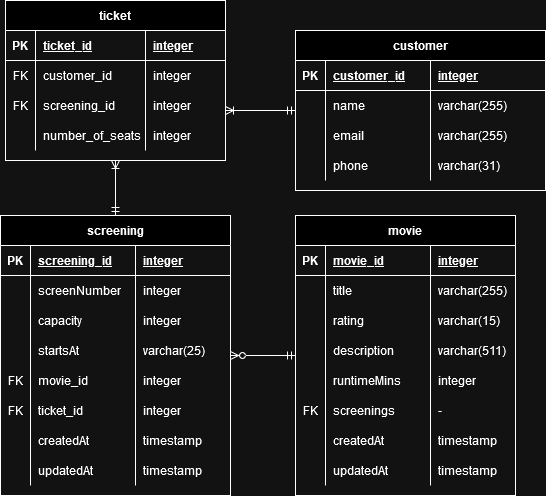
The draw.io diagram api-cinema-challenge/documentation/Cinema_challenge_ERD_dark.drawio.png in boolean-uk/csharp-api-cinema-challenge, before a commit. Source tidied: cells renumbered, new cells last; positions are measured from the earlier drawing's top-left corner, leaving out a move shared by most shapes.
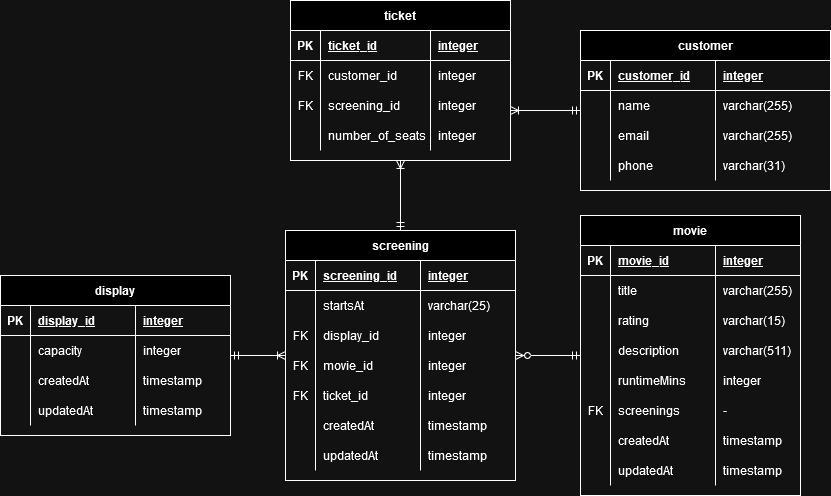
After the commit.

What changed in the source:
```diff
@@ -57,7 +57,7 @@
       <mxGeometry relative="1" as="geometry" />
     </mxCell>
     <mxCell id="20" value="screening" style="shape=table;startSize=30;rowLines=0;fontStyle=1;align=center;" parent="1" vertex="1">
-      <mxGeometry y="215" width="230" height="280" as="geometry" />
+      <mxGeometry y="230" width="230" height="250" as="geometry" />
     </mxCell>
     <mxCell id="21" style="shape=partialRectangle;fillColor=none;top=0;left=0;right=0;bottom=1;" parent="20" vertex="1">
       <mxGeometry y="30" width="230" height="30" as="geometry" />
@@ -71,44 +71,32 @@
     <mxCell id="24" value="integer" style="shape=partialRectangle;overflow=hidden;fillColor=none;top=0;left=0;bottom=0;right=0;align=left;spacingLeft=6;fontStyle=5;" parent="21" vertex="1">
       <mxGeometry x="135" width="95" height="30" as="geometry" />
     </mxCell>
+    <mxCell id="33" style="shape=partialRectangle;fillColor=none;top=0;left=0;right=0;bottom=0;" parent="20" vertex="1">
+      <mxGeometry y="60" width="230" height="30" as="geometry" />
+    </mxCell>
+    <mxCell id="34" style="shape=partialRectangle;overflow=hidden;fillColor=none;top=0;left=0;bottom=0;right=0;" parent="33" vertex="1">
+      <mxGeometry width="30" height="30" as="geometry" />
+    </mxCell>
+    <mxCell id="35" value="startsAt" style="shape=partialRectangle;overflow=hidden;fillColor=none;top=0;left=0;bottom=0;right=0;align=left;spacingLeft=6;" parent="33" vertex="1">
+      <mxGeometry x="30" width="105" height="30" as="geometry" />
+    </mxCell>
+    <mxCell id="36" value="varchar(25)" style="shape=partialRectangle;overflow=hidden;fillColor=none;top=0;left=0;bottom=0;right=0;align=left;spacingLeft=6;" parent="33" vertex="1">
+      <mxGeometry x="135" width="95" height="30" as="geometry" />
+    </mxCell>
     <mxCell id="25" style="shape=partialRectangle;fillColor=none;top=0;left=0;right=0;bottom=0;" parent="20" vertex="1">
-      <mxGeometry y="60" width="230" height="30" as="geometry" />
+      <mxGeometry y="90" width="230" height="30" as="geometry" />
     </mxCell>
-    <mxCell id="26" style="shape=partialRectangle;overflow=hidden;fillColor=none;top=0;left=0;bottom=0;right=0;" parent="25" vertex="1">
+    <mxCell id="26" value="FK" style="shape=partialRectangle;overflow=hidden;fillColor=none;top=0;left=0;bottom=0;right=0;" parent="25" vertex="1">
       <mxGeometry width="30" height="30" as="geometry" />
     </mxCell>
-    <mxCell id="27" value="screenNumber" style="shape=partialRectangle;overflow=hidden;fillColor=none;top=0;left=0;bottom=0;right=0;align=left;spacingLeft=6;" parent="25" vertex="1">
+    <mxCell id="27" value="display_id" style="shape=partialRectangle;overflow=hidden;fillColor=none;top=0;left=0;bottom=0;right=0;align=left;spacingLeft=6;" parent="25" vertex="1">
       <mxGeometry x="30" width="105" height="30" as="geometry" />
     </mxCell>
     <mxCell id="28" value="integer" style="shape=partialRectangle;overflow=hidden;fillColor=none;top=0;left=0;bottom=0;right=0;align=left;spacingLeft=6;" parent="25" vertex="1">
       <mxGeometry x="135" width="95" height="30" as="geometry" />
     </mxCell>
-    <mxCell id="29" style="shape=partialRectangle;fillColor=none;top=0;left=0;right=0;bottom=0;" parent="20" vertex="1">
-      <mxGeometry y="90" width="230" height="30" as="geometry" />
-    </mxCell>
-    <mxCell id="30" style="shape=partialRectangle;overflow=hidden;fillColor=none;top=0;left=0;bottom=0;right=0;" parent="29" vertex="1">
-      <mxGeometry width="30" height="30" as="geometry" />
-    </mxCell>
-    <mxCell id="31" value="capacity" style="shape=partialRectangle;overflow=hidden;fillColor=none;top=0;left=0;bottom=0;right=0;align=left;spacingLeft=6;" parent="29" vertex="1">
-      <mxGeometry x="30" width="105" height="30" as="geometry" />
-    </mxCell>
-    <mxCell id="32" value="integer" style="shape=partialRectangle;overflow=hidden;fillColor=none;top=0;left=0;bottom=0;right=0;align=left;spacingLeft=6;" parent="29" vertex="1">
-      <mxGeometry x="135" width="95" height="30" as="geometry" />
-    </mxCell>
-    <mxCell id="33" style="shape=partialRectangle;fillColor=none;top=0;left=0;right=0;bottom=0;" parent="20" vertex="1">
-      <mxGeometry y="120" width="230" height="30" as="geometry" />
-    </mxCell>
-    <mxCell id="34" style="shape=partialRectangle;overflow=hidden;fillColor=none;top=0;left=0;bottom=0;right=0;" parent="33" vertex="1">
-      <mxGeometry width="30" height="30" as="geometry" />
-    </mxCell>
-    <mxCell id="35" value="startsAt" style="shape=partialRectangle;overflow=hidden;fillColor=none;top=0;left=0;bottom=0;right=0;align=left;spacingLeft=6;" parent="33" vertex="1">
-      <mxGeometry x="30" width="105" height="30" as="geometry" />
-    </mxCell>
-    <mxCell id="36" value="varchar(25)" style="shape=partialRectangle;overflow=hidden;fillColor=none;top=0;left=0;bottom=0;right=0;align=left;spacingLeft=6;" parent="33" vertex="1">
-      <mxGeometry x="135" width="95" height="30" as="geometry" />
-    </mxCell>
     <mxCell id="37" style="shape=partialRectangle;fillColor=none;top=0;left=0;right=0;bottom=0;" parent="20" vertex="1">
-      <mxGeometry y="150" width="230" height="30" as="geometry" />
+      <mxGeometry y="120" width="230" height="30" as="geometry" />
     </mxCell>
     <mxCell id="38" value="FK" style="shape=partialRectangle;overflow=hidden;fillColor=none;top=0;left=0;bottom=0;right=0;" parent="37" vertex="1">
       <mxGeometry width="30" height="30" as="geometry" />
@@ -120,7 +108,7 @@
       <mxGeometry x="135" width="95" height="30" as="geometry" />
     </mxCell>
     <mxCell id="41" style="shape=partialRectangle;fillColor=none;top=0;left=0;right=0;bottom=0;" parent="20" vertex="1">
-      <mxGeometry y="180" width="230" height="30" as="geometry" />
+      <mxGeometry y="150" width="230" height="30" as="geometry" />
     </mxCell>
     <mxCell id="42" value="FK" style="shape=partialRectangle;overflow=hidden;fillColor=none;top=0;left=0;bottom=0;right=0;" parent="41" vertex="1">
       <mxGeometry width="30" height="30" as="geometry" />
@@ -132,7 +120,7 @@
       <mxGeometry x="135" width="95" height="30" as="geometry" />
     </mxCell>
     <mxCell id="45" style="shape=partialRectangle;fillColor=none;top=0;left=0;right=0;bottom=0;" parent="20" vertex="1">
-      <mxGeometry y="210" width="230" height="30" as="geometry" />
+      <mxGeometry y="180" width="230" height="30" as="geometry" />
     </mxCell>
     <mxCell id="46" style="shape=partialRectangle;overflow=hidden;fillColor=none;top=0;left=0;bottom=0;right=0;" parent="45" vertex="1">
       <mxGeometry width="30" height="30" as="geometry" />
@@ -144,7 +132,7 @@
       <mxGeometry x="135" width="95" height="30" as="geometry" />
     </mxCell>
     <mxCell id="49" style="shape=partialRectangle;fillColor=none;top=0;left=0;right=0;bottom=0;" parent="20" vertex="1">
-      <mxGeometry y="240" width="230" height="30" as="geometry" />
+      <mxGeometry y="210" width="230" height="30" as="geometry" />
     </mxCell>
     <mxCell id="50" style="shape=partialRectangle;overflow=hidden;fillColor=none;top=0;left=0;bottom=0;right=0;" parent="49" vertex="1">
       <mxGeometry width="30" height="30" as="geometry" />
@@ -315,5 +303,59 @@
     <mxCell id="104" style="edgeStyle=orthogonalEdgeStyle;rounded=0;jettySize=auto;html=1;endArrow=ERmandOne;endFill=0;startArrow=ERzeroToMany;startFill=0;" parent="1" edge="1" source="20" target="53">
       <mxGeometry relative="1" as="geometry" />
     </mxCell>
+    <mxCell id="105" style="edgeStyle=orthogonalEdgeStyle;rounded=0;jettySize=auto;html=1;startArrow=ERmandOne;startFill=0;endArrow=ERoneToMany;endFill=0;" parent="1" edge="1" source="106" target="20">
+      <mxGeometry relative="1" as="geometry" />
+    </mxCell>
+    <mxCell id="106" value="display" style="shape=table;startSize=30;rowLines=0;fontStyle=1;align=center;" parent="1" vertex="1">
+      <mxGeometry x="-285" y="275" width="230" height="160" as="geometry" />
+    </mxCell>
+    <mxCell id="107" style="shape=partialRectangle;fillColor=none;top=0;left=0;right=0;bottom=1;" parent="106" vertex="1">
+      <mxGeometry y="30" width="230" height="30" as="geometry" />
+    </mxCell>
+    <mxCell id="108" value="PK" style="shape=partialRectangle;overflow=hidden;fillColor=none;top=0;left=0;bottom=0;right=0;fontStyle=1;" parent="107" vertex="1">
+      <mxGeometry width="30" height="30" as="geometry" />
+    </mxCell>
+    <mxCell id="109" value="display_id" style="shape=partialRectangle;overflow=hidden;fillColor=none;top=0;left=0;bottom=0;right=0;align=left;spacingLeft=6;fontStyle=5;" parent="107" vertex="1">
+      <mxGeometry x="30" width="105" height="30" as="geometry" />
+    </mxCell>
+    <mxCell id="110" value="integer" style="shape=partialRectangle;overflow=hidden;fillColor=none;top=0;left=0;bottom=0;right=0;align=left;spacingLeft=6;fontStyle=5;" parent="107" vertex="1">
+      <mxGeometry x="135" width="95" height="30" as="geometry" />
+    </mxCell>
+    <mxCell id="111" style="shape=partialRectangle;fillColor=none;top=0;left=0;right=0;bottom=0;" parent="106" vertex="1">
+      <mxGeometry y="60" width="230" height="30" as="geometry" />
+    </mxCell>
+    <mxCell id="112" style="shape=partialRectangle;overflow=hidden;fillColor=none;top=0;left=0;bottom=0;right=0;" parent="111" vertex="1">
+      <mxGeometry width="30" height="30" as="geometry" />
+    </mxCell>
+    <mxCell id="31" value="capacity" style="shape=partialRectangle;overflow=hidden;fillColor=none;top=0;left=0;bottom=0;right=0;align=left;spacingLeft=6;" parent="111" vertex="1">
+      <mxGeometry x="30" width="105" height="30" as="geometry" />
+    </mxCell>
+    <mxCell id="32" value="integer" style="shape=partialRectangle;overflow=hidden;fillColor=none;top=0;left=0;bottom=0;right=0;align=left;spacingLeft=6;" parent="111" vertex="1">
+      <mxGeometry x="135" width="95" height="30" as="geometry" />
+    </mxCell>
+    <mxCell id="29" style="shape=partialRectangle;fillColor=none;top=0;left=0;right=0;bottom=0;" parent="106" vertex="1">
+      <mxGeometry y="90" width="230" height="30" as="geometry" />
+    </mxCell>
+    <mxCell id="113" style="shape=partialRectangle;overflow=hidden;fillColor=none;top=0;left=0;bottom=0;right=0;" parent="29" vertex="1">
+      <mxGeometry width="30" height="30" as="geometry" />
+    </mxCell>
+    <mxCell id="114" value="createdAt" style="shape=partialRectangle;overflow=hidden;fillColor=none;top=0;left=0;bottom=0;right=0;align=left;spacingLeft=6;" parent="29" vertex="1">
+      <mxGeometry x="30" width="105" height="30" as="geometry" />
+    </mxCell>
+    <mxCell id="115" value="timestamp " style="shape=partialRectangle;overflow=hidden;fillColor=none;top=0;left=0;bottom=0;right=0;align=left;spacingLeft=6;" parent="29" vertex="1">
+      <mxGeometry x="135" width="95" height="30" as="geometry" />
+    </mxCell>
+    <mxCell id="116" style="shape=partialRectangle;fillColor=none;top=0;left=0;right=0;bottom=0;" parent="106" vertex="1">
+      <mxGeometry y="120" width="230" height="30" as="geometry" />
+    </mxCell>
+    <mxCell id="117" style="shape=partialRectangle;overflow=hidden;fillColor=none;top=0;left=0;bottom=0;right=0;" parent="116" vertex="1">
+      <mxGeometry width="30" height="30" as="geometry" />
+    </mxCell>
+    <mxCell id="118" value="updatedAt" style="shape=partialRectangle;overflow=hidden;fillColor=none;top=0;left=0;bottom=0;right=0;align=left;spacingLeft=6;" parent="116" vertex="1">
+      <mxGeometry x="30" width="105" height="30" as="geometry" />
+    </mxCell>
+    <mxCell id="119" value="timestamp " style="shape=partialRectangle;overflow=hidden;fillColor=none;top=0;left=0;bottom=0;right=0;align=left;spacingLeft=6;" parent="116" vertex="1">
+      <mxGeometry x="135" width="95" height="30" as="geometry" />
+    </mxCell>
   </root>
 </mxGraphModel>
```
